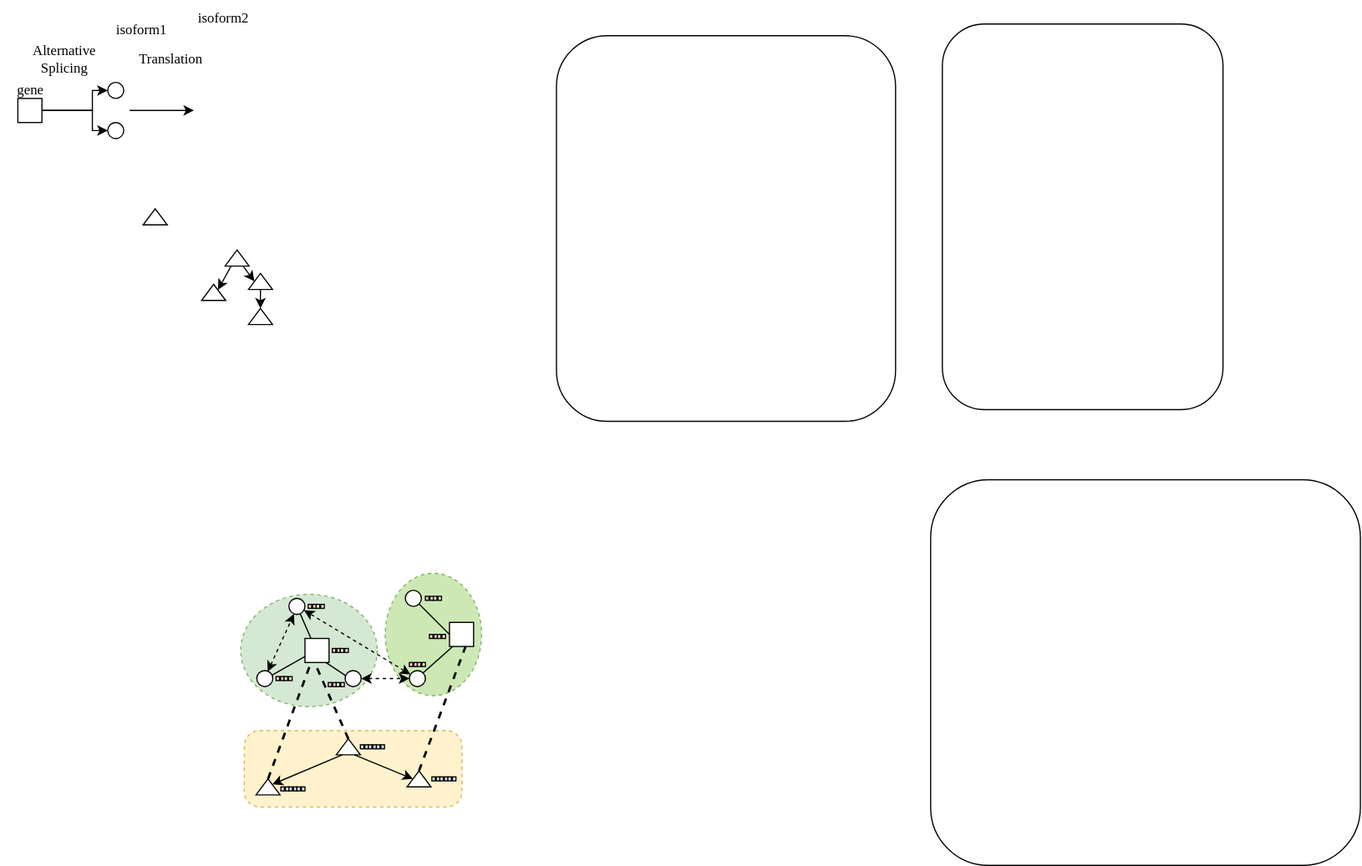
Above: m.drawio.svg in gk3046/testgkkk (draw.io), before the change. Source tidied: cells renumbered, new cells last; positions are measured from the earlier drawing's top-left corner, leaving out a move shared by most shapes.
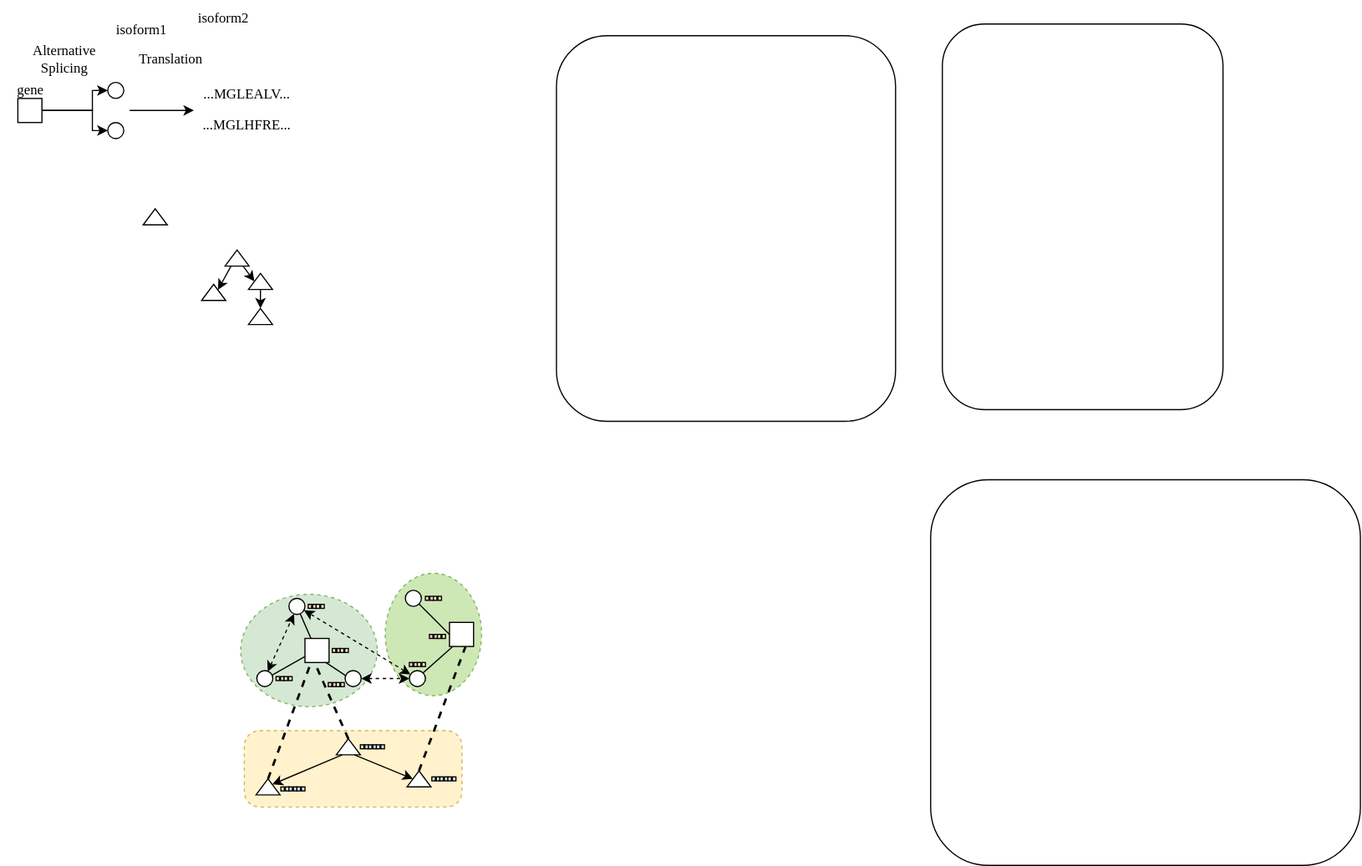
Above is the later version.

What changed in the source:
```diff
@@ -235,5 +235,11 @@
     <mxCell id="73" style="triangle;whiteSpace=wrap;html=1;rotation=-90;" parent="1" vertex="1">
       <mxGeometry x="125" y="174.7" width="13.7" height="20.6" as="geometry" />
     </mxCell>
+    <mxCell id="74" value="&lt;font face=&quot;Times New Roman&quot;&gt;...MGLEALV...&lt;/font&gt;" style="text;html=1;align=center;verticalAlign=middle;strokeColor=none;fillColor=none;" parent="1" vertex="1">
+      <mxGeometry x="160" y="65" width="100" height="30" as="geometry" />
+    </mxCell>
+    <mxCell id="75" value="&lt;font face=&quot;Times New Roman&quot;&gt;...MGLHFRE...&lt;/font&gt;" style="text;html=1;align=center;verticalAlign=middle;strokeColor=none;fillColor=none;" parent="1" vertex="1">
+      <mxGeometry x="160" y="91.9" width="100" height="30" as="geometry" />
+    </mxCell>
   </root>
 </mxGraphModel>
```
